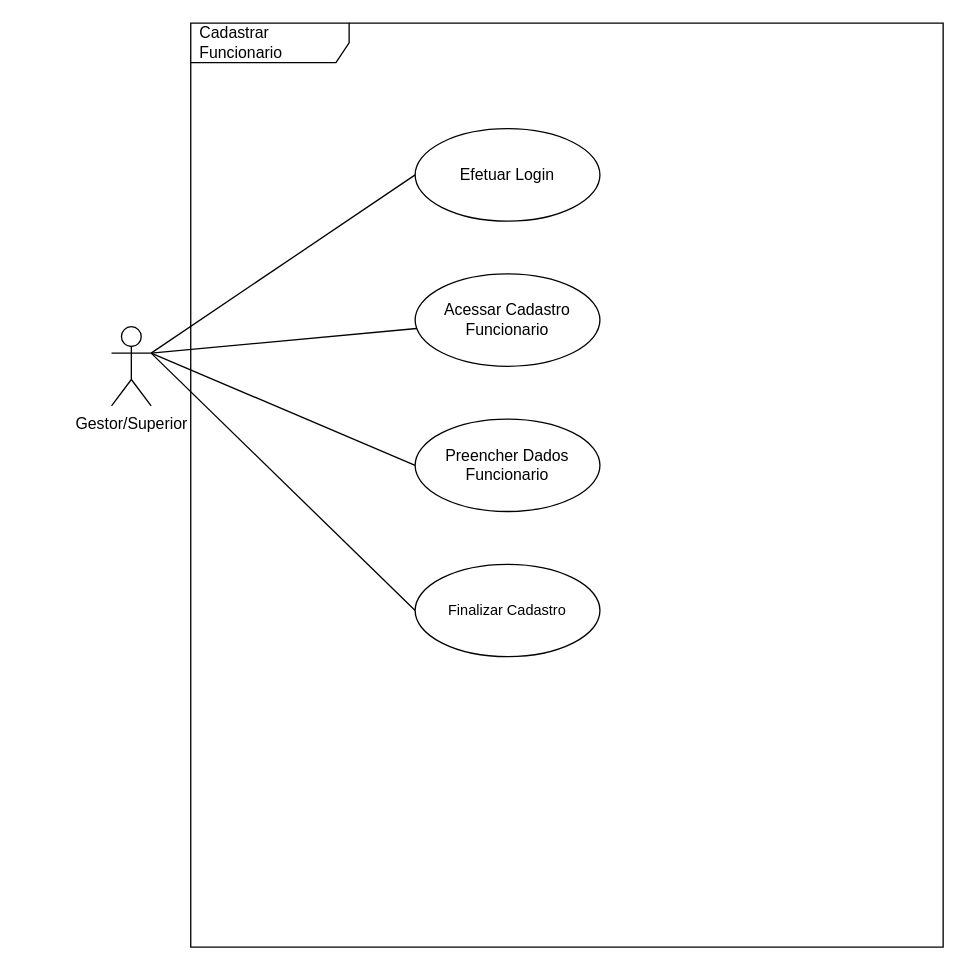
This is use-case-cadastrar-funcionario.drawio from charlesYS/use-case-chillout, a draw.io file, before an edit. Source tidied: cells renumbered, new cells numbered last; positions are measured from the earlier drawing's top-left corner, leaving out a move shared by most shapes. Both pictures are drawn from the tidied source at 132%, with x=0, y=0 at pixel (111, 22).
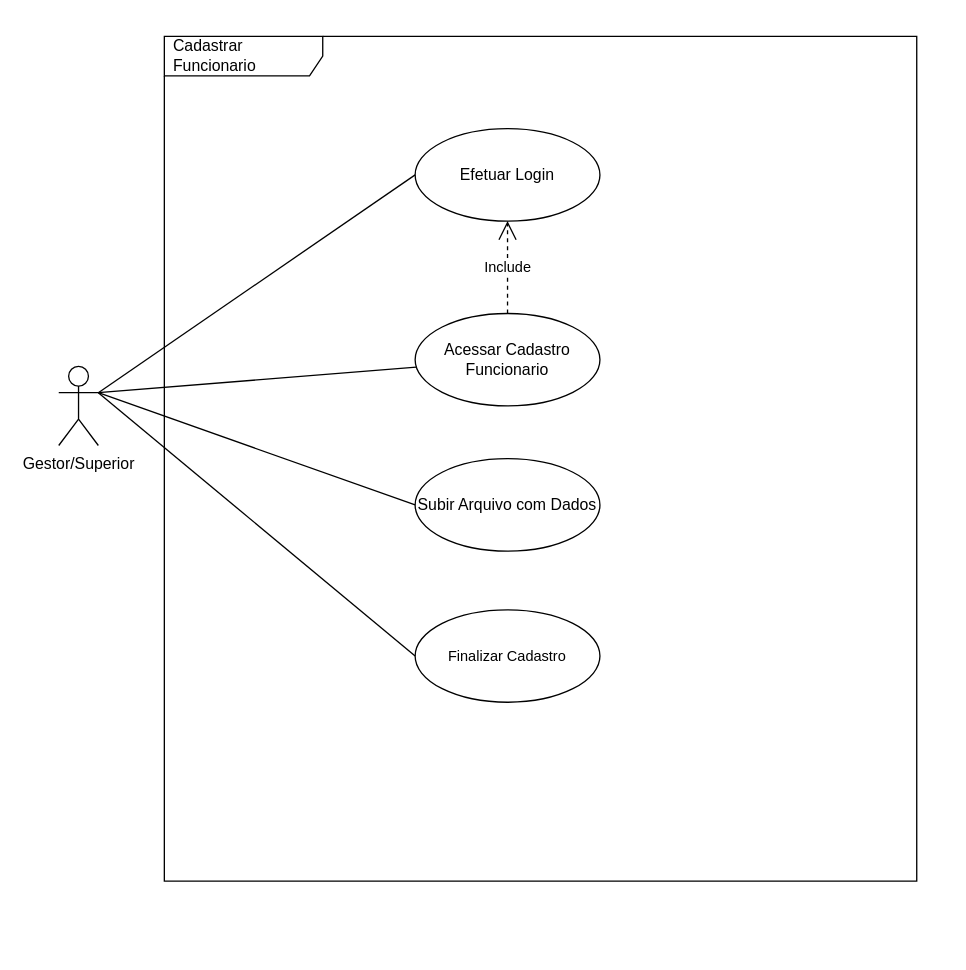
The same page after the edit.

What changed in the source:
```diff
@@
 <mxGraphModel>
   <root>
     <mxCell id="0" />
     <mxCell id="1" parent="0" />
     <mxCell id="2" value="Cadastrar Funcionario" style="shape=umlFrame;whiteSpace=wrap;html=1;width=120;height=30;boundedLbl=1;verticalAlign=middle;align=left;spacingLeft=5;" parent="1" vertex="1">
-      <mxGeometry x="60" width="570" height="700" as="geometry" />
+      <mxGeometry x="40" y="10" width="570" height="640" as="geometry" />
     </mxCell>
     <mxCell id="3" style="edgeStyle=none;shape=connector;rounded=0;jettySize=auto;html=1;exitX=1;exitY=0.3333333333333333;exitDx=0;exitDy=0;exitPerimeter=0;labelBackgroundColor=default;fontFamily=Helvetica;fontSize=11;fontColor=default;endArrow=none;strokeColor=default;" parent="1" edge="1" source="6" target="9">
       <mxGeometry relative="1" as="geometry" />
     </mxCell>
-    <mxCell id="4" style="edgeStyle=none;shape=connector;rounded=0;jettySize=auto;html=1;exitX=1;exitY=0.3333333333333333;exitDx=0;exitDy=0;exitPerimeter=0;entryX=0;entryY=0.5;entryDx=0;entryDy=0;labelBackgroundColor=default;fontFamily=Helvetica;fontSize=11;fontColor=default;endArrow=none;strokeColor=default;" parent="1" edge="1" source="6" target="10">
-      <mxGeometry relative="1" as="geometry" />
-    </mxCell>
-    <mxCell id="5" style="edgeStyle=none;shape=connector;rounded=0;jettySize=auto;html=1;exitX=1;exitY=0.3333333333333333;exitDx=0;exitDy=0;exitPerimeter=0;entryX=0;entryY=0.5;entryDx=0;entryDy=0;labelBackgroundColor=default;fontFamily=Helvetica;fontSize=11;fontColor=default;endArrow=none;strokeColor=default;" parent="1" edge="1" source="6" target="11">
-      <mxGeometry relative="1" as="geometry" />
-    </mxCell>
     <mxCell id="6" value="Gestor/Superior" style="shape=umlActor;verticalLabelPosition=bottom;verticalAlign=top;html=1;outlineConnect=0;" parent="1" vertex="1">
-      <mxGeometry y="230" width="30" height="60" as="geometry" />
+      <mxGeometry x="-40" y="260" width="30" height="60" as="geometry" />
     </mxCell>
     <mxCell id="7" value="Efetuar Login&lt;br&gt;" style="ellipse;whiteSpace=wrap;html=1;" parent="1" vertex="1">
       <mxGeometry x="230" y="80" width="140" height="70" as="geometry" />
     </mxCell>
     <mxCell id="8" style="endArrow=none;html=1;rounded=0;exitX=1;exitY=0.3333333333333333;exitDx=0;exitDy=0;exitPerimeter=0;entryX=0;entryY=0.5;entryDx=0;entryDy=0;" parent="1" edge="1" source="6" target="7">
       <mxGeometry relative="1" as="geometry" />
     </mxCell>
     <mxCell id="9" value="Acessar Cadastro Funcionario" style="ellipse;whiteSpace=wrap;html=1;" parent="1" vertex="1">
-      <mxGeometry x="230" y="190" width="140" height="70" as="geometry" />
+      <mxGeometry x="230" y="220" width="140" height="70" as="geometry" />
     </mxCell>
-    <mxCell id="10" value="Preencher Dados&lt;br&gt;Funcionario" style="ellipse;whiteSpace=wrap;html=1;" parent="1" vertex="1">
-      <mxGeometry x="230" y="300" width="140" height="70" as="geometry" />
+    <mxCell id="10" value="Subir Arquivo com Dados" style="ellipse;whiteSpace=wrap;html=1;" parent="1" vertex="1">
+      <mxGeometry x="230" y="330" width="140" height="70" as="geometry" />
     </mxCell>
     <mxCell id="11" value="Finalizar Cadastro" style="ellipse;whiteSpace=wrap;html=1;fontFamily=Helvetica;fontSize=11;fontColor=default;" parent="1" vertex="1">
-      <mxGeometry x="230" y="410" width="140" height="70" as="geometry" />
+      <mxGeometry x="230" y="444.5" width="140" height="70" as="geometry" />
     </mxCell>
+    <mxCell id="12" value="Include" style="endArrow=open;endSize=12;dashed=1;html=1;rounded=0;entryX=0.5;entryY=1;entryDx=0;entryDy=0;" parent="1" edge="1" source="9" target="7">
+      <mxGeometry relative="1" as="geometry" />
+    </mxCell>
+    <mxCell id="13" style="endArrow=none;html=1;rounded=0;entryX=1;entryY=0.3333333333333333;entryDx=0;entryDy=0;entryPerimeter=0;exitX=0;exitY=0.5;exitDx=0;exitDy=0;" parent="1" edge="1" source="10" target="6">
+      <mxGeometry relative="1" as="geometry" />
+    </mxCell>
+    <mxCell id="14" style="endArrow=none;html=1;rounded=0;entryX=1;entryY=0.3333333333333333;entryDx=0;entryDy=0;entryPerimeter=0;exitX=0;exitY=0.5;exitDx=0;exitDy=0;" parent="1" edge="1" source="11" target="6">
+      <mxGeometry relative="1" as="geometry" />
+    </mxCell>
   </root>
 </mxGraphModel>
```
